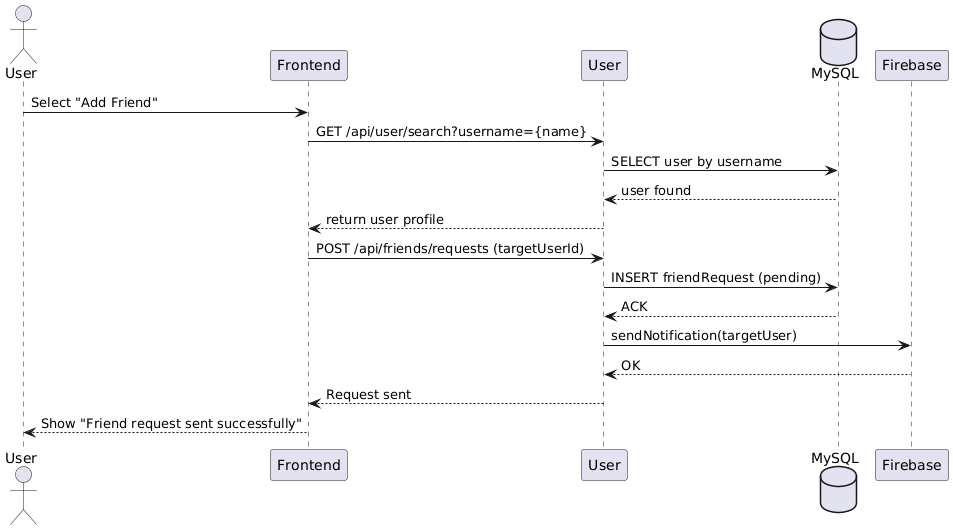
Above: documentation/images/addFriends.png in XXLSmile/BioTrack (PlantUML), before the change. Source of this version:
```plantuml
@startuml
actor User
participant Frontend
participant "User" as UserService
database MySQL
participant Firebase

User -> Frontend : Select "Add Friend"
Frontend -> UserService : GET /api/user/search?username={name}
UserService -> MySQL : SELECT user by username
MySQL --> UserService : user found
UserService --> Frontend : return user profile
Frontend -> UserService : POST /api/friends/requests (targetUserId)
UserService -> MySQL : INSERT friendRequest (pending)
MySQL --> UserService : ACK
UserService -> Firebase : sendNotification(targetUser)
Firebase --> UserService : OK
UserService --> Frontend : Request sent
Frontend --> User : Show "Friend request sent successfully"
@enduml
```
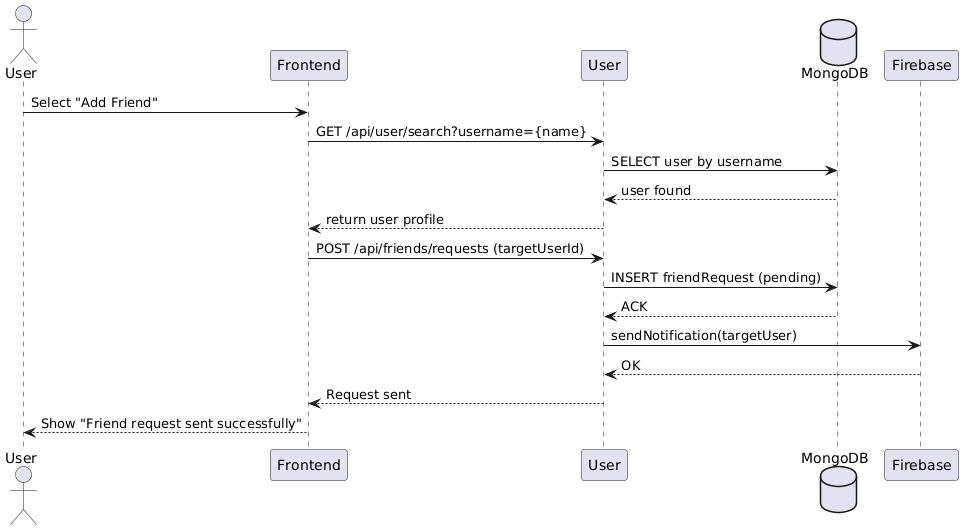
The same diagram one commit later.

Diff of the diagram source:
```diff
@@ -2,17 +2,17 @@
 actor User
 participant Frontend
 participant "User" as UserService
-database MySQL
+database MongoDB
 participant Firebase
 
 User -> Frontend : Select "Add Friend"
 Frontend -> UserService : GET /api/user/search?username={name}
-UserService -> MySQL : SELECT user by username
-MySQL --> UserService : user found
+UserService -> MongoDB : SELECT user by username
+MongoDB --> UserService : user found
 UserService --> Frontend : return user profile
 Frontend -> UserService : POST /api/friends/requests (targetUserId)
-UserService -> MySQL : INSERT friendRequest (pending)
-MySQL --> UserService : ACK
+UserService -> MongoDB : INSERT friendRequest (pending)
+MongoDB --> UserService : ACK
 UserService -> Firebase : sendNotification(targetUser)
 Firebase --> UserService : OK
 UserService --> Frontend : Request sent
```
